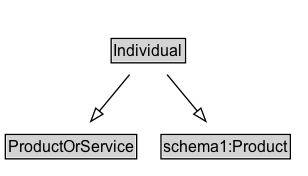
Above: docs/diagrams/Individual.dot.png in k-vaughn/ontology-import-gr (Graphviz), before the change. Its source is kept beside it as docs/diagrams/Individual.dot.
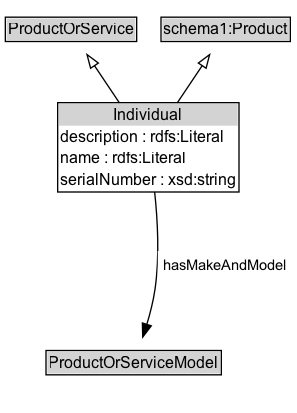
Above is the later version.

What changed in the source:
```diff
@@ -2,16 +2,24 @@
 	graph [overlap=false rankdir=TB splines=true]
 	node [fontname=Arial fontsize=12 margin=0 shape=none]
 	edge [fontname=Arial fontsize=11]
-	Individual [label=<<TABLE BORDER="1" CELLBORDER="0" CELLSPACING="0" CELLPADDING="1"><TR><TD BGCOLOR="lightgray" ALIGN="CENTER">Individual</TD></TR></TABLE>> URL="../Individual" margin=0]
+	{
+		rank=source
+		ProductOrService [label=<<TABLE BORDER="1" CELLBORDER="0" CELLSPACING="0" CELLPADDING="1"><TR><TD BGCOLOR="lightgray" ALIGN="CENTER">ProductOrService</TD></TR></TABLE>> URL="../ProductOrService" margin=0]
+		schema1_Product [label=<<TABLE BORDER="1" CELLBORDER="0" CELLSPACING="0" CELLPADDING="1"><TR><TD BGCOLOR="lightgray" ALIGN="CENTER">schema1:Product</TD></TR></TABLE>> URL="https://w3id.org/citydata/imported/schema1/latest/Product" margin=0]
+	}
+	Individual [label=<<TABLE BORDER="1" CELLBORDER="0" CELLSPACING="0" CELLPADDING="1"><TR><TD BGCOLOR="lightgray" ALIGN="CENTER">Individual</TD></TR><TR><TD ALIGN="LEFT">description : rdfs:Literal</TD></TR><TR><TD ALIGN="LEFT">name : rdfs:Literal</TD></TR><TR><TD ALIGN="LEFT">serialNumber : xsd:string</TD></TR></TABLE>> URL="../Individual" margin=0]
 	{
 		rank=max
 	}
 	subgraph cluster_associated {
 		label="" style=invis
 		Invis [label=<<TABLE BORDER="0" CELLBORDER="0" CELLSPACING="0" CELLPADDING="1"><TR><TD></TD></TR></TABLE>> margin=0 style=invis]
+		ProductOrServiceModel [label=<<TABLE BORDER="1" CELLBORDER="0" CELLSPACING="0" CELLPADDING="1"><TR><TD BGCOLOR="lightgray" ALIGN="CENTER">ProductOrServiceModel</TD></TR></TABLE>> URL="../ProductOrServiceModel" margin=0]
 	}
-	ProductOrService [label=<<TABLE BORDER="1" CELLBORDER="0" CELLSPACING="0" CELLPADDING="1"><TR><TD BGCOLOR="lightgray" ALIGN="CENTER">ProductOrService</TD></TR></TABLE>> URL="../ProductOrService" margin=0]
 	Individual -> ProductOrService [arrowhead=onormal style=solid]
-	schema1_Product [label=<<TABLE BORDER="1" CELLBORDER="0" CELLSPACING="0" CELLPADDING="1"><TR><TD BGCOLOR="lightgray" ALIGN="CENTER">schema1:Product</TD></TR></TABLE>> URL="https://w3id.org/citydata/imported/schema1/latest/Product" margin=0]
 	Individual -> schema1_Product [arrowhead=onormal style=solid]
+	Individual -> Invis [style=invis]
+	Invis -> ProductOrServiceModel [style=invis]
+	ProductOrServiceModel [label=<<TABLE BORDER="1" CELLBORDER="0" CELLSPACING="0" CELLPADDING="1"><TR><TD BGCOLOR="lightgray" ALIGN="CENTER">ProductOrServiceModel</TD></TR></TABLE>> URL="../ProductOrServiceModel" margin=0]
+	Individual -> ProductOrServiceModel [label=<<TABLE BORDER="0" CELLBORDER="0" CELLSPACING="0" CELLPADDING="4" BGCOLOR="white"><TR><TD ALIGN="CENTER">hasMakeAndModel</TD></TR></TABLE>> arrowhead=normal style=solid]
 }
```
